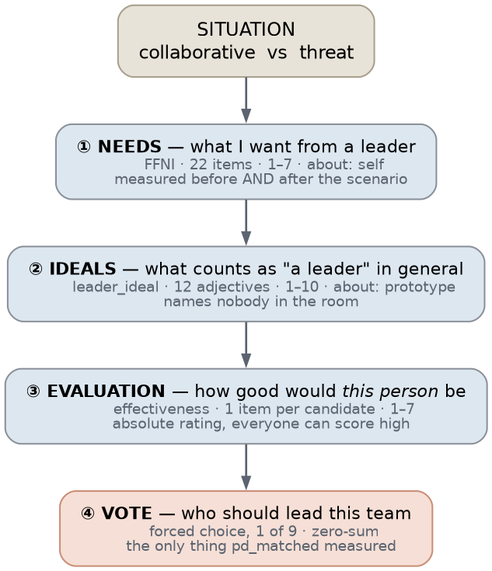
This is docs/figs/layers.png from ernestii26/agent-sim, a Graphviz export, as it was before one commit. Its source is kept beside it as docs/figs/layers.dot. Source of this version:
```dot
digraph layers {
  rankdir=TB;
  bgcolor="white";
  node [shape=box style="rounded,filled" fontname="Helvetica" fontsize=13
        color="#8a9099" penwidth=1.2 margin="0.22,0.14"];
  edge [color="#5b6470" penwidth=1.6 arrowsize=0.8 fontname="Helvetica" fontsize=11];

  ctx [label="SITUATION\ncollaborative  vs  threat" fillcolor="#e8e3d9" color="#a89f8d" fontsize=14];

  n1 [label=<<b>① NEEDS</b> &#8212; what I want from a leader<br/>
      <font point-size="11" color="#5b6470">FFNI &#183; 22 items &#183; 1&#8211;7 &#183; about: self<br/>
      measured before AND after the scenario</font>> fillcolor="#dde7f0"];

  n2 [label=<<b>② IDEALS</b> &#8212; what counts as &quot;a leader&quot; in general<br/>
      <font point-size="11" color="#5b6470">leader_ideal &#183; 12 adjectives &#183; 1&#8211;10 &#183; about: prototype<br/>
      names nobody in the room</font>> fillcolor="#dde7f0"];

  n3 [label=<<b>③ EVALUATION</b> &#8212; how good would <i>this person</i> be<br/>
      <font point-size="11" color="#5b6470">effectiveness &#183; 1 item per candidate &#183; 1&#8211;7<br/>
      absolute rating, everyone can score high</font>> fillcolor="#dde7f0"];

  n4 [label=<<b>④ VOTE</b> &#8212; who should lead this team<br/>
      <font point-size="11" color="#5b6470">forced choice, 1 of 9 &#183; zero-sum<br/>
      the only thing pd_matched measured</font>> fillcolor="#f6dfd6" color="#c98d76"];

  ctx -> n1 -> n2 -> n3 -> n4;
}
```
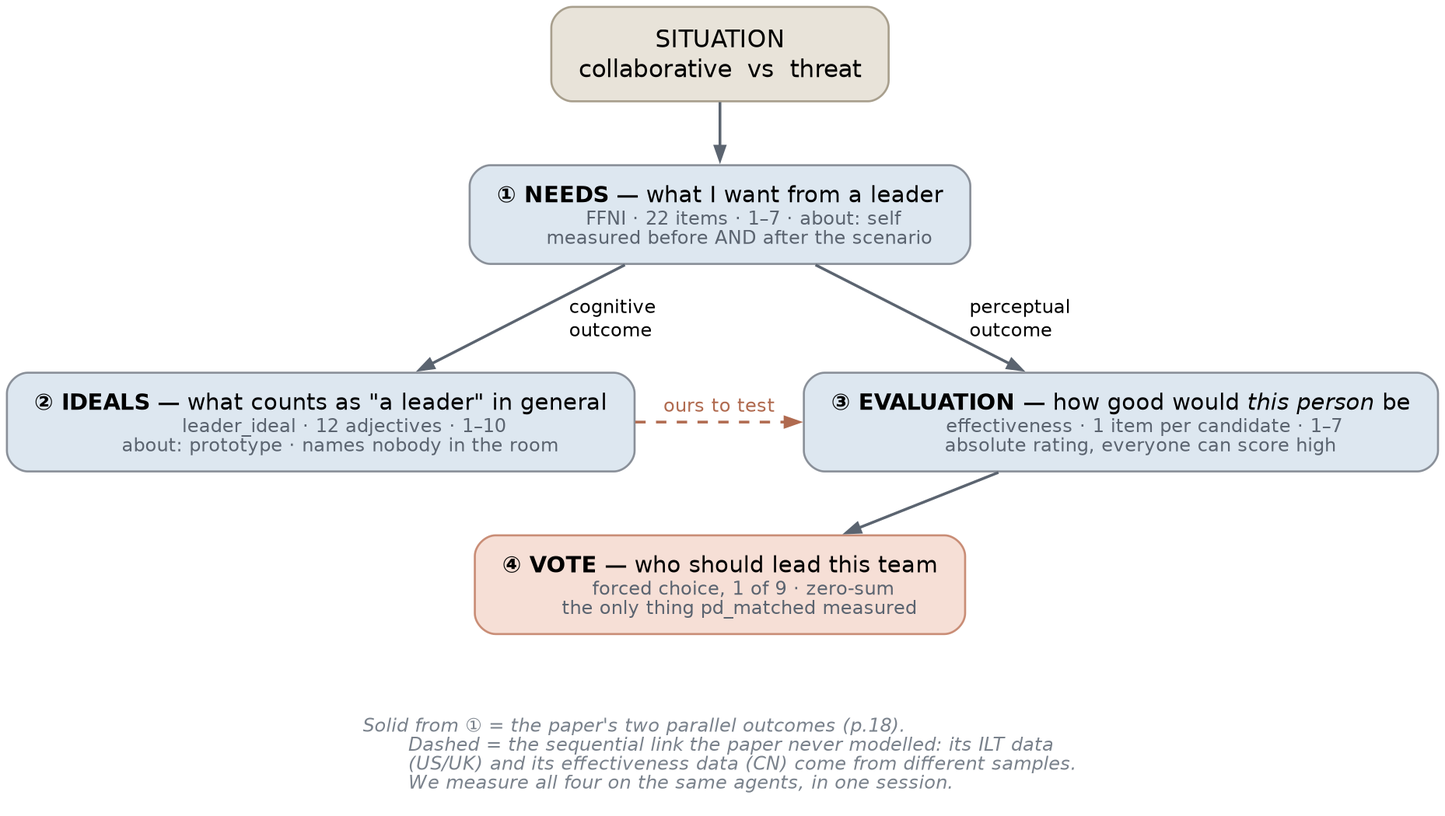
The same diagram one commit later.

Diff of the diagram source:
```diff
@@ -12,8 +12,8 @@
       measured before AND after the scenario</font>> fillcolor="#dde7f0"];
 
   n2 [label=<<b>② IDEALS</b> &#8212; what counts as &quot;a leader&quot; in general<br/>
-      <font point-size="11" color="#5b6470">leader_ideal &#183; 12 adjectives &#183; 1&#8211;10 &#183; about: prototype<br/>
-      names nobody in the room</font>> fillcolor="#dde7f0"];
+      <font point-size="11" color="#5b6470">leader_ideal &#183; 12 adjectives &#183; 1&#8211;10<br/>
+      about: prototype &#183; names nobody in the room</font>> fillcolor="#dde7f0"];
 
   n3 [label=<<b>③ EVALUATION</b> &#8212; how good would <i>this person</i> be<br/>
       <font point-size="11" color="#5b6470">effectiveness &#183; 1 item per candidate &#183; 1&#8211;7<br/>
@@ -23,5 +23,19 @@
       <font point-size="11" color="#5b6470">forced choice, 1 of 9 &#183; zero-sum<br/>
       the only thing pd_matched measured</font>> fillcolor="#f6dfd6" color="#c98d76"];
 
-  ctx -> n1 -> n2 -> n3 -> n4;
+  ctx -> n1;
+  n1 -> n2 [label="  cognitive\l  outcome\l"];
+  n1 -> n3 [label="  perceptual\l  outcome\l"];
+  { rank=same; n2; n3 }
+
+  n2 -> n3 [label="  ours to test  " style=dashed color="#b06a4f" fontcolor="#b06a4f"];
+  n2 -> n4 [style=invis];
+  n3 -> n4;
+
+  sub [shape=plaintext style="" fillcolor="none" fontsize=11 fontcolor="#7a828c"
+       label=<<i>Solid from ① = the paper's two parallel outcomes (p.18).<br align="left"/>
+       Dashed = the sequential link the paper never modelled: its ILT data<br align="left"/>
+       (US/UK) and its effectiveness data (CN) come from different samples.<br align="left"/>
+       We measure all four on the same agents, in one session.</i><br align="left"/>>];
+  n4 -> sub [style=invis];
 }
```
